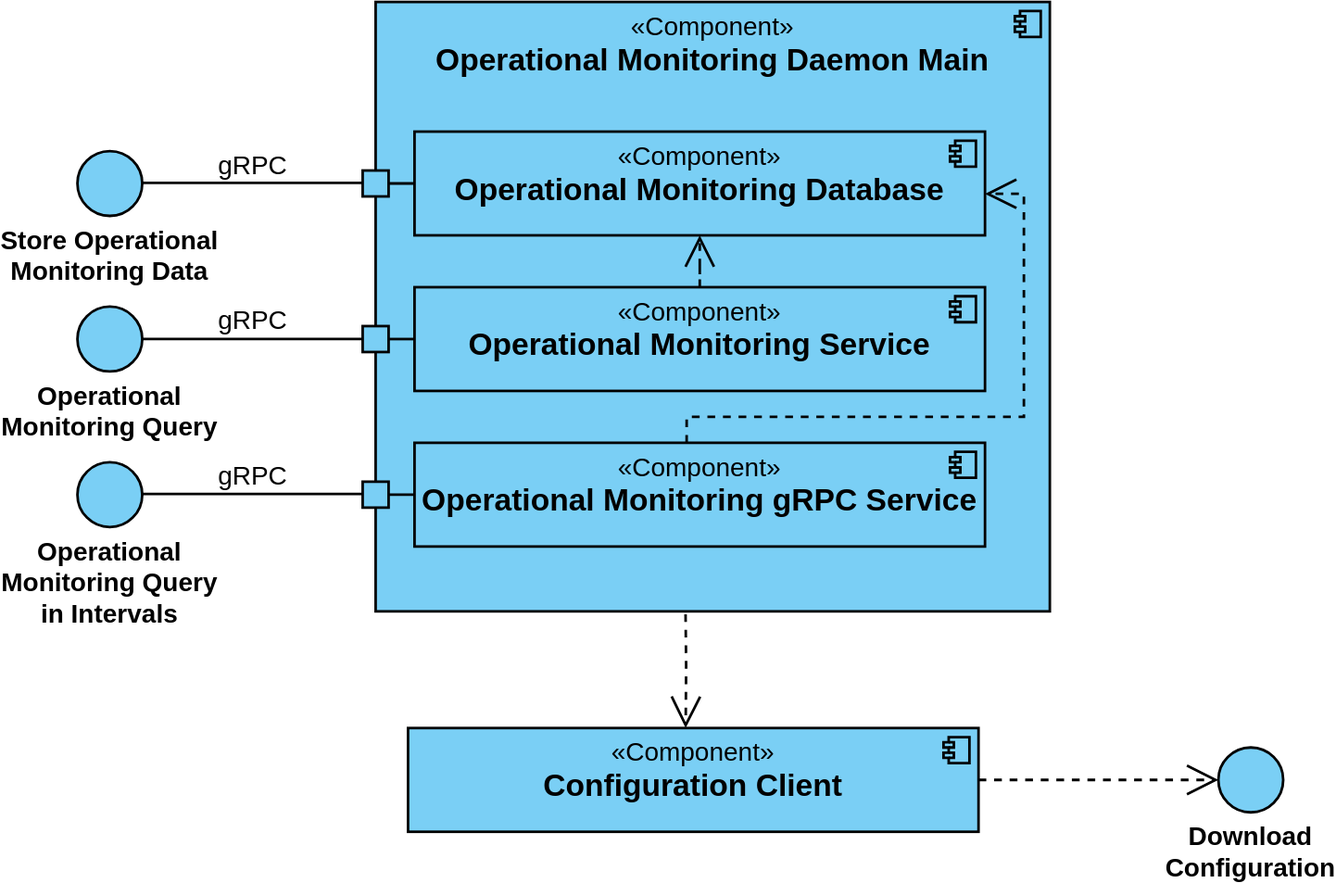
Before: doc/OperationalMonitoring/Architecture/img/x-road_operational_monitoring_daemon_components.svg, a diagram exported from draw.io (nordic-institute/X-Road). Source tidied: cells renumbered, new cells last; positions are measured from the earlier drawing's top-left corner, leaving out a move shared by most shapes. Source of this version:
```xml
<mxGraphModel>
  <root>
    <mxCell id="0" />
    <mxCell id="1" parent="0" />
    <mxCell id="2" value="&lt;font style=&quot;font-size: 20px;&quot;&gt;«Component»&lt;br&gt;&lt;/font&gt;&lt;font style=&quot;font-size: 24px;&quot;&gt;&lt;b&gt;Operational Monitoring Daemon Main&lt;/b&gt;&lt;/font&gt;" style="html=1;whiteSpace=wrap;align=center;labelPosition=center;verticalLabelPosition=middle;verticalAlign=top;fillColor=#7ACFF5;strokeWidth=2;" parent="1" vertex="1">
      <mxGeometry x="230" width="520" height="470" as="geometry" />
    </mxCell>
    <mxCell id="3" style="shape=module;jettyWidth=8;jettyHeight=4;fillColor=none;strokeWidth=2;" parent="2" vertex="1">
      <mxGeometry x="1" width="20" height="20" relative="1" as="geometry">
        <mxPoint x="-27" y="7" as="offset" />
      </mxGeometry>
    </mxCell>
    <mxCell id="4" value="&lt;font style=&quot;font-size: 20px;&quot;&gt;«Component»&lt;br&gt;&lt;/font&gt;&lt;font style=&quot;font-size: 24px;&quot;&gt;&lt;b&gt;Operational Monitoring Database&lt;/b&gt;&lt;/font&gt;" style="html=1;whiteSpace=wrap;align=center;labelPosition=center;verticalLabelPosition=middle;verticalAlign=top;fillColor=#7ACFF5;strokeWidth=2;" parent="1" vertex="1">
      <mxGeometry x="260" y="100" width="440" height="80" as="geometry" />
    </mxCell>
    <mxCell id="5" style="shape=module;jettyWidth=8;jettyHeight=4;fillColor=none;strokeWidth=2;" parent="4" vertex="1">
      <mxGeometry x="1" width="20" height="20" relative="1" as="geometry">
        <mxPoint x="-27" y="7" as="offset" />
      </mxGeometry>
    </mxCell>
    <mxCell id="6" value="&lt;font style=&quot;font-size: 20px;&quot;&gt;«Component»&lt;br&gt;&lt;/font&gt;&lt;font style=&quot;font-size: 24px;&quot;&gt;&lt;b&gt;Operational Monitoring Service&lt;/b&gt;&lt;br&gt;&lt;/font&gt;" style="html=1;whiteSpace=wrap;align=center;labelPosition=center;verticalLabelPosition=middle;verticalAlign=top;fillColor=#7ACFF5;strokeWidth=2;" parent="1" vertex="1">
      <mxGeometry x="260" y="220" width="440" height="80" as="geometry" />
    </mxCell>
    <mxCell id="7" style="shape=module;jettyWidth=8;jettyHeight=4;fillColor=none;strokeWidth=2;" parent="6" vertex="1">
      <mxGeometry x="1" width="20" height="20" relative="1" as="geometry">
        <mxPoint x="-27" y="7" as="offset" />
      </mxGeometry>
    </mxCell>
    <mxCell id="8" value="&lt;font style=&quot;font-size: 20px;&quot;&gt;«Component»&lt;br&gt;&lt;/font&gt;&lt;font style=&quot;font-size: 24px;&quot;&gt;&lt;b&gt;Operational Monitoring gRPC Service&lt;/b&gt;&lt;br&gt;&lt;/font&gt;" style="html=1;whiteSpace=wrap;align=center;labelPosition=center;verticalLabelPosition=middle;verticalAlign=top;fillColor=#7ACFF5;strokeWidth=2;" parent="1" vertex="1">
      <mxGeometry x="260" y="340" width="440" height="80" as="geometry" />
    </mxCell>
    <mxCell id="9" style="shape=module;jettyWidth=8;jettyHeight=4;fillColor=none;strokeWidth=2;" parent="8" vertex="1">
      <mxGeometry x="1" width="20" height="20" relative="1" as="geometry">
        <mxPoint x="-27" y="7" as="offset" />
      </mxGeometry>
    </mxCell>
    <mxCell id="10" style="edgeStyle=orthogonalEdgeStyle;rounded=0;jettySize=auto;html=1;dashed=1;strokeWidth=2;curved=0;jumpSize=6;endArrow=open;endFill=0;startSize=6;sourcePerimeterSpacing=0;startArrow=none;startFill=0;endSize=20;jumpStyle=none;" parent="1" edge="1" source="11" target="13">
      <mxGeometry relative="1" as="geometry" />
    </mxCell>
    <mxCell id="11" value="&lt;font style=&quot;font-size: 20px;&quot;&gt;«Component»&lt;br&gt;&lt;/font&gt;&lt;font style=&quot;font-size: 24px;&quot;&gt;&lt;b&gt;Configuration Client&lt;/b&gt;&lt;br&gt;&lt;/font&gt;" style="html=1;whiteSpace=wrap;align=center;labelPosition=center;verticalLabelPosition=middle;verticalAlign=top;fillColor=#7ACFF5;strokeWidth=2;" parent="1" vertex="1">
      <mxGeometry x="255" y="560" width="440" height="80" as="geometry" />
    </mxCell>
    <mxCell id="12" style="shape=module;jettyWidth=8;jettyHeight=4;fillColor=none;strokeWidth=2;" parent="11" vertex="1">
      <mxGeometry x="1" width="20" height="20" relative="1" as="geometry">
        <mxPoint x="-27" y="7" as="offset" />
      </mxGeometry>
    </mxCell>
    <mxCell id="13" value="&lt;font style=&quot;font-size: 20px;&quot;&gt;&lt;b&gt;Download Configuration&lt;/b&gt;&lt;/font&gt;" style="ellipse;whiteSpace=wrap;html=1;verticalAlign=top;fillColor=#7ACFF5;strokeWidth=2;labelPosition=center;verticalLabelPosition=bottom;align=center;" parent="1" vertex="1">
      <mxGeometry x="880" y="575" width="50" height="50" as="geometry" />
    </mxCell>
    <mxCell id="14" value="&lt;font style=&quot;font-size: 20px;&quot;&gt;&lt;b&gt;Operational Monitoring Query&lt;/b&gt;&lt;/font&gt;" style="ellipse;whiteSpace=wrap;html=1;verticalAlign=top;fillColor=#7ACFF5;strokeWidth=2;labelPosition=center;verticalLabelPosition=bottom;align=center;" parent="1" vertex="1">
      <mxGeometry y="235" width="50" height="50" as="geometry" />
    </mxCell>
    <mxCell id="15" style="rounded=0;whiteSpace=wrap;html=1;fontFamily=Helvetica;fontSize=11;fontColor=default;strokeWidth=2;fillColor=#7ACFF5;" parent="1" vertex="1">
      <mxGeometry x="220" y="250" width="20" height="20" as="geometry" />
    </mxCell>
    <mxCell id="16" style="edgeStyle=orthogonalEdgeStyle;shape=connector;rounded=0;jettySize=auto;html=1;labelBackgroundColor=default;strokeColor=default;strokeWidth=2;align=center;verticalAlign=middle;fontFamily=Helvetica;fontSize=11;fontColor=default;endArrow=none;endFill=0;endSize=20;fillColor=#2F9CFF;" parent="1" edge="1" source="17" target="4">
      <mxGeometry relative="1" as="geometry" />
    </mxCell>
    <mxCell id="17" style="rounded=0;whiteSpace=wrap;html=1;fontFamily=Helvetica;fontSize=11;fontColor=default;strokeWidth=2;fillColor=#7ACFF5;" parent="1" vertex="1">
      <mxGeometry x="220" y="130" width="20" height="20" as="geometry" />
    </mxCell>
    <mxCell id="18" value="gRPC" style="edgeStyle=orthogonalEdgeStyle;rounded=0;jettySize=auto;exitX=0;exitY=0.5;exitDx=0;exitDy=0;endArrow=none;endFill=0;strokeWidth=2;endSize=20;strokeColor=#000000;fillColor=#7ACFF5;labelPosition=center;verticalLabelPosition=top;align=center;verticalAlign=bottom;labelBackgroundColor=default;html=1;fontSize=20;fontStyle=0;entryX=1;entryY=0.5;entryDx=0;entryDy=0;" parent="1" edge="1" source="15" target="14">
      <mxGeometry relative="1" as="geometry" />
    </mxCell>
    <mxCell id="19" value="&lt;font style=&quot;font-size: 20px;&quot;&gt;&lt;b&gt;Store Operational Monitoring Data&lt;/b&gt;&lt;/font&gt;" style="ellipse;html=1;verticalAlign=top;fillColor=#7ACFF5;strokeWidth=2;labelPosition=center;verticalLabelPosition=bottom;align=center;spacing=2;spacingLeft=0;whiteSpace=wrap;" parent="1" vertex="1">
      <mxGeometry y="115" width="50" height="50" as="geometry" />
    </mxCell>
    <mxCell id="20" value="gRPC" style="edgeStyle=orthogonalEdgeStyle;rounded=0;orthogonalLoop=1;jettySize=auto;exitX=0;exitY=0.5;exitDx=0;exitDy=0;endArrow=none;endFill=0;strokeWidth=2;endSize=20;strokeColor=#000000;fillColor=#7ACFF5;labelPosition=center;verticalLabelPosition=top;align=center;verticalAlign=bottom;labelBackgroundColor=default;html=1;fontSize=20;fontStyle=0;entryX=1;entryY=0.5;entryDx=0;entryDy=0;" parent="1" edge="1">
      <mxGeometry relative="1" as="geometry">
        <mxPoint x="220" y="139.5" as="sourcePoint" />
        <mxPoint x="50" y="139.5" as="targetPoint" />
      </mxGeometry>
    </mxCell>
    <mxCell id="21" style="edgeStyle=orthogonalEdgeStyle;shape=connector;rounded=0;jettySize=auto;html=1;labelBackgroundColor=default;strokeColor=default;strokeWidth=2;align=center;verticalAlign=middle;fontFamily=Helvetica;fontSize=11;fontColor=default;endArrow=none;endFill=0;endSize=20;fillColor=#2F9CFF;entryX=0;entryY=0.5;entryDx=0;entryDy=0;" parent="1" edge="1" target="6">
      <mxGeometry relative="1" as="geometry">
        <mxPoint x="240" y="260" as="sourcePoint" />
      </mxGeometry>
    </mxCell>
    <mxCell id="22" style="edgeStyle=orthogonalEdgeStyle;rounded=0;orthogonalLoop=1;jettySize=auto;html=1;dashed=1;strokeWidth=2;curved=0;jumpSize=6;endArrow=open;endFill=0;startSize=6;sourcePerimeterSpacing=0;startArrow=none;startFill=0;endSize=20;jumpStyle=none;exitX=0.537;exitY=1.005;exitDx=0;exitDy=0;exitPerimeter=0;entryX=0.578;entryY=0;entryDx=0;entryDy=0;entryPerimeter=0;" parent="1" edge="1">
      <mxGeometry relative="1" as="geometry">
        <mxPoint x="469" y="472.2" as="sourcePoint" />
        <mxPoint x="469.1" y="560" as="targetPoint" />
      </mxGeometry>
    </mxCell>
    <mxCell id="23" style="edgeStyle=orthogonalEdgeStyle;rounded=0;jettySize=auto;html=1;dashed=1;strokeWidth=2;curved=0;jumpSize=6;endArrow=open;endFill=0;startSize=6;sourcePerimeterSpacing=0;startArrow=none;startFill=0;endSize=20;jumpStyle=none;exitX=0.5;exitY=0;exitDx=0;exitDy=0;" parent="1" edge="1" source="6" target="4">
      <mxGeometry relative="1" as="geometry" />
    </mxCell>
    <mxCell id="24" style="edgeStyle=orthogonalEdgeStyle;rounded=0;jettySize=auto;html=1;dashed=1;strokeWidth=2;curved=0;jumpSize=6;endArrow=open;endFill=0;startSize=6;sourcePerimeterSpacing=0;startArrow=none;startFill=0;endSize=20;jumpStyle=none;exitX=0.477;exitY=0;exitDx=0;exitDy=0;exitPerimeter=0;entryX=1;entryY=0.6;entryDx=0;entryDy=0;entryPerimeter=0;" parent="1" edge="1" source="8" target="4">
      <mxGeometry relative="1" as="geometry">
        <Array as="points">
          <mxPoint x="470" y="320" />
          <mxPoint x="730" y="320" />
          <mxPoint x="730" y="148" />
        </Array>
      </mxGeometry>
    </mxCell>
    <mxCell id="25" style="rounded=0;whiteSpace=wrap;html=1;fontFamily=Helvetica;fontSize=11;fontColor=default;strokeWidth=2;fillColor=#7ACFF5;" parent="1" vertex="1">
      <mxGeometry x="220" y="370" width="20" height="20" as="geometry" />
    </mxCell>
    <mxCell id="26" style="edgeStyle=orthogonalEdgeStyle;shape=connector;rounded=0;jettySize=auto;html=1;labelBackgroundColor=default;strokeColor=default;strokeWidth=2;align=center;verticalAlign=middle;fontFamily=Helvetica;fontSize=11;fontColor=default;endArrow=none;endFill=0;endSize=20;fillColor=#2F9CFF;entryX=0;entryY=0.5;entryDx=0;entryDy=0;" parent="1" edge="1" source="25" target="8">
      <mxGeometry relative="1" as="geometry" />
    </mxCell>
    <mxCell id="27" value="&lt;font style=&quot;font-size: 20px;&quot;&gt;&lt;b&gt;Operational Monitoring Query in Intervals&lt;/b&gt;&lt;/font&gt;" style="ellipse;whiteSpace=wrap;html=1;verticalAlign=top;fillColor=#7ACFF5;strokeWidth=2;labelPosition=center;verticalLabelPosition=bottom;align=center;" parent="1" vertex="1">
      <mxGeometry y="355" width="50" height="50" as="geometry" />
    </mxCell>
    <mxCell id="28" value="gRPC" style="edgeStyle=orthogonalEdgeStyle;rounded=0;orthogonalLoop=1;jettySize=auto;exitX=0;exitY=0.5;exitDx=0;exitDy=0;endArrow=none;endFill=0;strokeWidth=2;endSize=20;strokeColor=#000000;fillColor=#7ACFF5;labelPosition=center;verticalLabelPosition=top;align=center;verticalAlign=bottom;labelBackgroundColor=default;html=1;fontSize=20;fontStyle=0;entryX=1;entryY=0.5;entryDx=0;entryDy=0;" parent="1" edge="1">
      <mxGeometry relative="1" as="geometry">
        <mxPoint x="220" y="379.5" as="sourcePoint" />
        <mxPoint x="50" y="379.5" as="targetPoint" />
      </mxGeometry>
    </mxCell>
  </root>
</mxGraphModel>
```
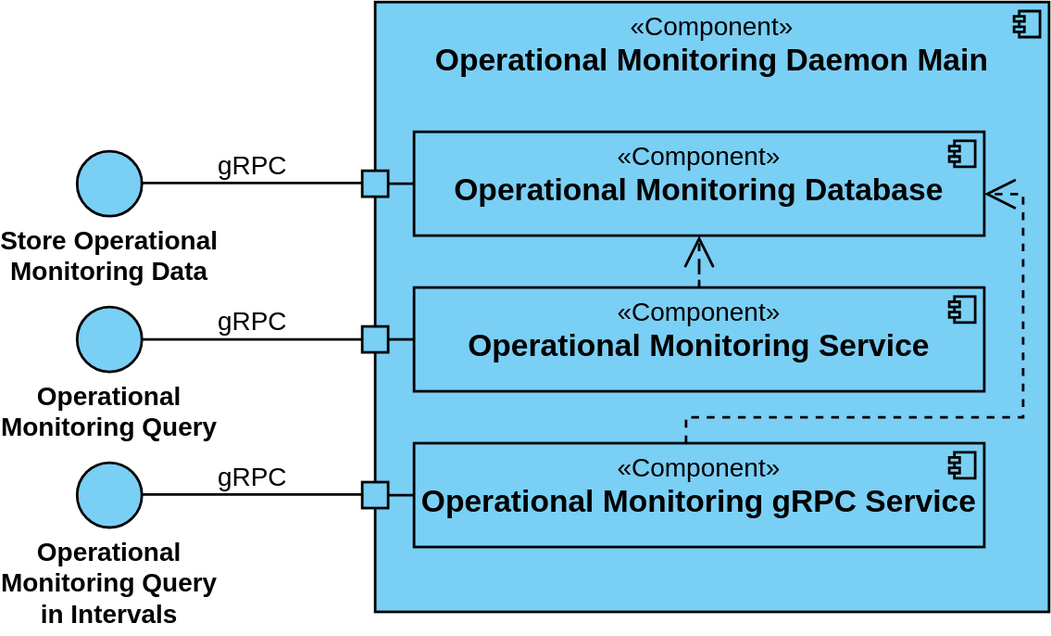
Above is the later version.

Commit message:
docs(op-monitor): describe the daemon without global configuration

What changed in the source:
```diff
@@ -34,20 +34,6 @@
         <mxPoint x="-27" y="7" as="offset" />
       </mxGeometry>
     </mxCell>
-    <mxCell id="10" style="edgeStyle=orthogonalEdgeStyle;rounded=0;jettySize=auto;html=1;dashed=1;strokeWidth=2;curved=0;jumpSize=6;endArrow=open;endFill=0;startSize=6;sourcePerimeterSpacing=0;startArrow=none;startFill=0;endSize=20;jumpStyle=none;" parent="1" edge="1" source="11" target="13">
-      <mxGeometry relative="1" as="geometry" />
-    </mxCell>
-    <mxCell id="11" value="&lt;font style=&quot;font-size: 20px;&quot;&gt;«Component»&lt;br&gt;&lt;/font&gt;&lt;font style=&quot;font-size: 24px;&quot;&gt;&lt;b&gt;Configuration Client&lt;/b&gt;&lt;br&gt;&lt;/font&gt;" style="html=1;whiteSpace=wrap;align=center;labelPosition=center;verticalLabelPosition=middle;verticalAlign=top;fillColor=#7ACFF5;strokeWidth=2;" parent="1" vertex="1">
-      <mxGeometry x="255" y="560" width="440" height="80" as="geometry" />
-    </mxCell>
-    <mxCell id="12" style="shape=module;jettyWidth=8;jettyHeight=4;fillColor=none;strokeWidth=2;" parent="11" vertex="1">
-      <mxGeometry x="1" width="20" height="20" relative="1" as="geometry">
-        <mxPoint x="-27" y="7" as="offset" />
-      </mxGeometry>
-    </mxCell>
-    <mxCell id="13" value="&lt;font style=&quot;font-size: 20px;&quot;&gt;&lt;b&gt;Download Configuration&lt;/b&gt;&lt;/font&gt;" style="ellipse;whiteSpace=wrap;html=1;verticalAlign=top;fillColor=#7ACFF5;strokeWidth=2;labelPosition=center;verticalLabelPosition=bottom;align=center;" parent="1" vertex="1">
-      <mxGeometry x="880" y="575" width="50" height="50" as="geometry" />
-    </mxCell>
     <mxCell id="14" value="&lt;font style=&quot;font-size: 20px;&quot;&gt;&lt;b&gt;Operational Monitoring Query&lt;/b&gt;&lt;/font&gt;" style="ellipse;whiteSpace=wrap;html=1;verticalAlign=top;fillColor=#7ACFF5;strokeWidth=2;labelPosition=center;verticalLabelPosition=bottom;align=center;" parent="1" vertex="1">
       <mxGeometry y="235" width="50" height="50" as="geometry" />
     </mxCell>
@@ -77,12 +63,6 @@
         <mxPoint x="240" y="260" as="sourcePoint" />
       </mxGeometry>
     </mxCell>
-    <mxCell id="22" style="edgeStyle=orthogonalEdgeStyle;rounded=0;orthogonalLoop=1;jettySize=auto;html=1;dashed=1;strokeWidth=2;curved=0;jumpSize=6;endArrow=open;endFill=0;startSize=6;sourcePerimeterSpacing=0;startArrow=none;startFill=0;endSize=20;jumpStyle=none;exitX=0.537;exitY=1.005;exitDx=0;exitDy=0;exitPerimeter=0;entryX=0.578;entryY=0;entryDx=0;entryDy=0;entryPerimeter=0;" parent="1" edge="1">
-      <mxGeometry relative="1" as="geometry">
-        <mxPoint x="469" y="472.2" as="sourcePoint" />
-        <mxPoint x="469.1" y="560" as="targetPoint" />
-      </mxGeometry>
-    </mxCell>
     <mxCell id="23" style="edgeStyle=orthogonalEdgeStyle;rounded=0;jettySize=auto;html=1;dashed=1;strokeWidth=2;curved=0;jumpSize=6;endArrow=open;endFill=0;startSize=6;sourcePerimeterSpacing=0;startArrow=none;startFill=0;endSize=20;jumpStyle=none;exitX=0.5;exitY=0;exitDx=0;exitDy=0;" parent="1" edge="1" source="6" target="4">
       <mxGeometry relative="1" as="geometry" />
     </mxCell>
```
